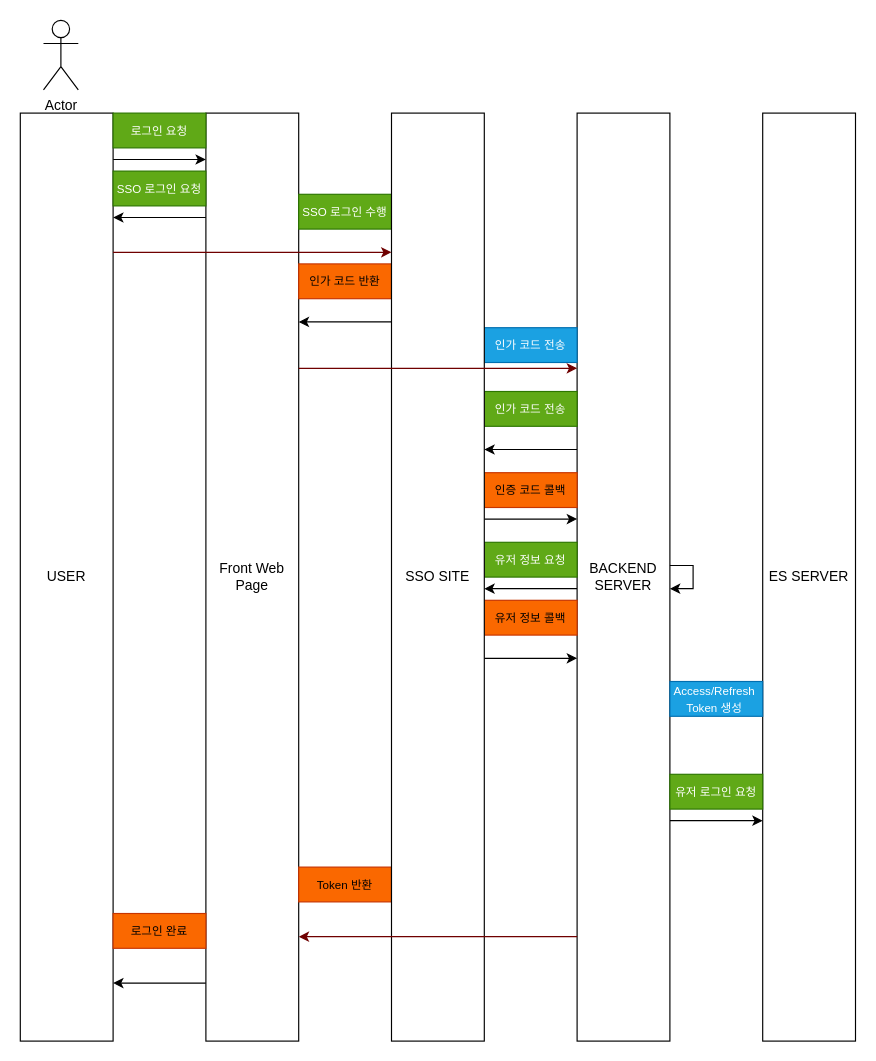
Before: sequence_diagram/SSO-로그인.drawio in keaunsolNa/Knock, a draw.io diagram. Source tidied: cells renumbered, new cells numbered last; positions are measured from the earlier drawing's top-left corner, leaving out a move shared by most shapes. Both pictures are drawn from the tidied source at 116%, with x=0, y=0 at pixel (20, 20).
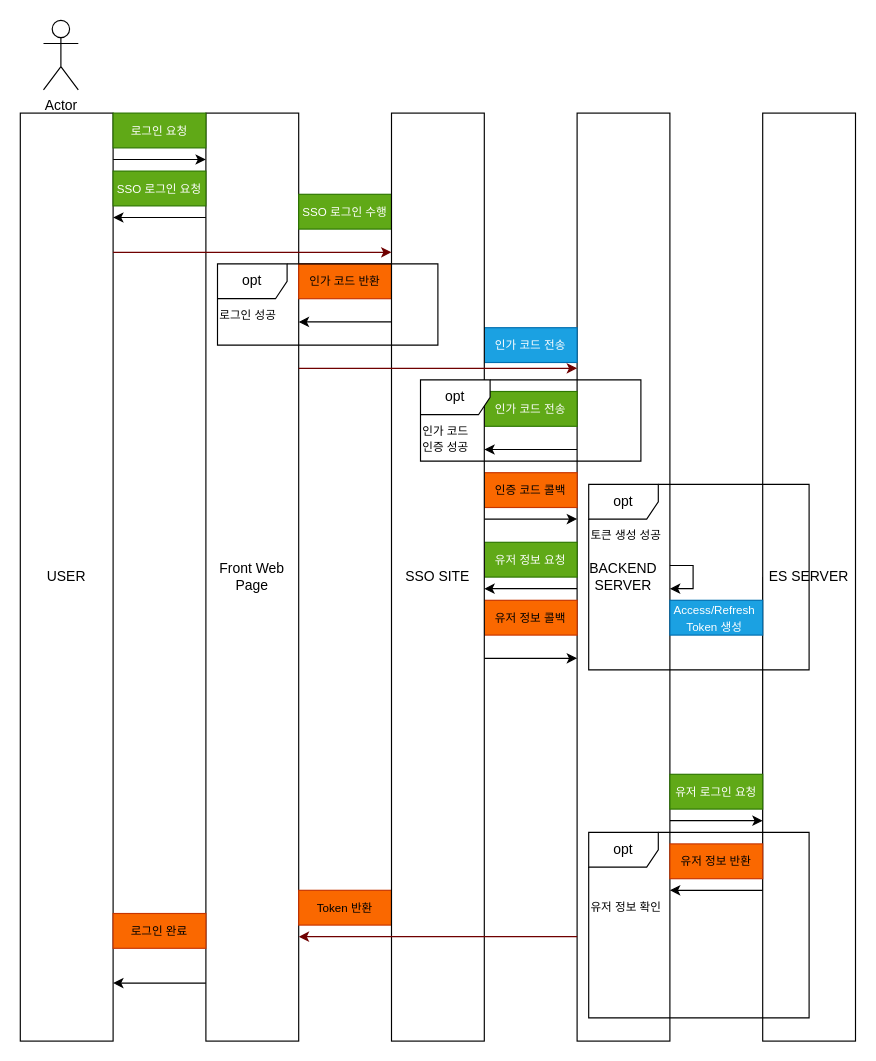
The same page after the edit.

Commit message:
SSO-로그인.drawio 업데이트

Unchanged cells that the change refers to:
```xml
<mxCell id="12" value="BACKEND SERVER" style="rounded=0;whiteSpace=wrap;html=1;" parent="1" vertex="1">
  <mxGeometry x="480" y="80" width="80" height="800" as="geometry" />
</mxCell>
<mxCell id="13" value="ES SERVER" style="rounded=0;whiteSpace=wrap;html=1;" parent="1" vertex="1">
  <mxGeometry x="640" y="80" width="80" height="800" as="geometry" />
</mxCell>
```

Change to the diagram source:
```diff
@@
+    <mxCell id="35" style="edgeStyle=orthogonalEdgeStyle;rounded=0;jettySize=auto;html=1;exitX=0;exitY=0.5;exitDx=0;exitDy=0;" parent="1" edge="1" source="13" target="12">
+      <mxGeometry relative="1" as="geometry">
+        <Array as="points">
+          <mxPoint x="640" y="750" />
+        </Array>
+      </mxGeometry>
+    </mxCell>
@@
     <mxCell id="25" value="&lt;font style=&quot;font-size: 10px;&quot;&gt;Access/Refresh&amp;nbsp; Token 생성&amp;nbsp;&lt;/font&gt;" style="text;html=1;align=center;verticalAlign=middle;whiteSpace=wrap;rounded=0;fillColor=#1ba1e2;fontColor=#ffffff;strokeColor=#006EAF;" parent="1" vertex="1">
-      <mxGeometry x="560" y="570" width="80" height="30" as="geometry" />
+      <mxGeometry x="560" y="500" width="80" height="30" as="geometry" />
     </mxCell>
     <mxCell id="26" value="&lt;span style=&quot;font-size: 10px;&quot;&gt;Token 반환&lt;/span&gt;" style="text;html=1;align=center;verticalAlign=middle;whiteSpace=wrap;rounded=0;fillColor=#fa6800;fontColor=#000000;strokeColor=#C73500;" parent="1" vertex="1">
-      <mxGeometry x="240" y="730" width="80" height="30" as="geometry" />
+      <mxGeometry x="240" y="750" width="80" height="30" as="geometry" />
     </mxCell>
@@
+    <mxCell id="36" value="opt" style="shape=umlFrame;whiteSpace=wrap;html=1;" parent="1" vertex="1">
+      <mxGeometry x="170" y="210" width="190" height="70" as="geometry" />
+    </mxCell>
+    <mxCell id="37" value="&lt;span style=&quot;font-size: 10px; text-wrap-mode: nowrap;&quot;&gt;로그인 성공&lt;/span&gt;" style="text;whiteSpace=wrap;html=1;" parent="1" vertex="1">
+      <mxGeometry x="170" y="240" width="90" height="40" as="geometry" />
+    </mxCell>
+    <mxCell id="38" value="opt" style="shape=umlFrame;whiteSpace=wrap;html=1;" parent="1" vertex="1">
+      <mxGeometry x="345" y="310" width="190" height="70" as="geometry" />
+    </mxCell>
+    <mxCell id="39" value="&lt;span style=&quot;font-size: 10px; text-wrap-mode: nowrap;&quot;&gt;인가 코드&lt;br&gt;인증 성공&lt;/span&gt;" style="text;whiteSpace=wrap;html=1;" parent="1" vertex="1">
+      <mxGeometry x="345" y="340" width="90" height="40" as="geometry" />
+    </mxCell>
+    <mxCell id="40" value="opt" style="shape=umlFrame;whiteSpace=wrap;html=1;" parent="1" vertex="1">
+      <mxGeometry x="490" y="400" width="190" height="160" as="geometry" />
+    </mxCell>
+    <mxCell id="41" value="&lt;span style=&quot;font-size: 10px; text-wrap-mode: nowrap;&quot;&gt;토큰 생성 성공&lt;/span&gt;" style="text;whiteSpace=wrap;html=1;" parent="1" vertex="1">
+      <mxGeometry x="490" y="430" width="90" height="30" as="geometry" />
+    </mxCell>
+    <mxCell id="42" value="opt" style="shape=umlFrame;whiteSpace=wrap;html=1;" parent="1" vertex="1">
+      <mxGeometry x="490" y="700" width="190" height="160" as="geometry" />
+    </mxCell>
+    <mxCell id="43" value="&lt;span style=&quot;font-size: 10px;&quot;&gt;유저 정보 반환&lt;/span&gt;" style="text;html=1;align=center;verticalAlign=middle;whiteSpace=wrap;rounded=0;fillColor=#fa6800;fontColor=#000000;strokeColor=#C73500;" parent="1" vertex="1">
+      <mxGeometry x="560" y="710" width="80" height="30" as="geometry" />
+    </mxCell>
+    <mxCell id="44" value="&lt;span style=&quot;font-size: 10px; text-wrap-mode: nowrap;&quot;&gt;유저 정보 확인&lt;/span&gt;" style="text;whiteSpace=wrap;html=1;" parent="1" vertex="1">
+      <mxGeometry x="490" y="750" width="90" height="30" as="geometry" />
+    </mxCell>
```
